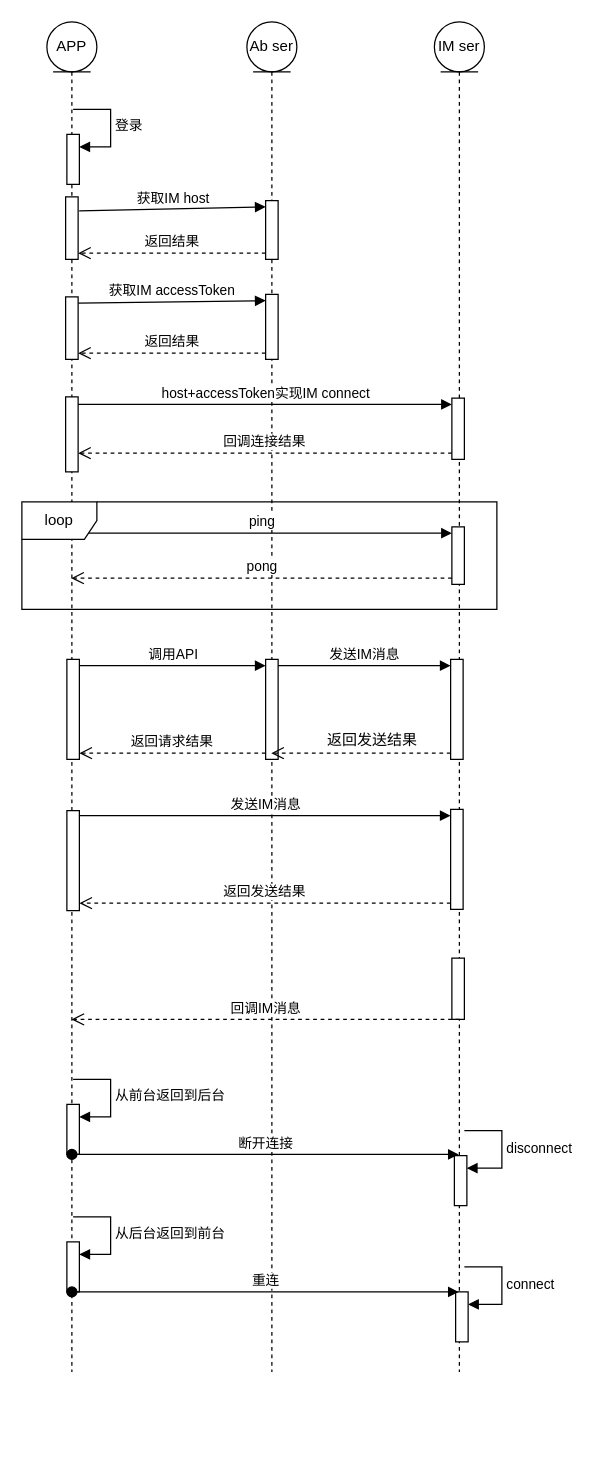
Above: 未命名绘图.drawio in liuqing520it/samples (draw.io), before the change. Source tidied: cells renumbered, new cells numbered last; positions are measured from the earlier drawing's top-left corner, leaving out a move shared by most shapes. Both pictures are drawn from the tidied source at 125%, with x=0, y=0 at pixel (21, 21).
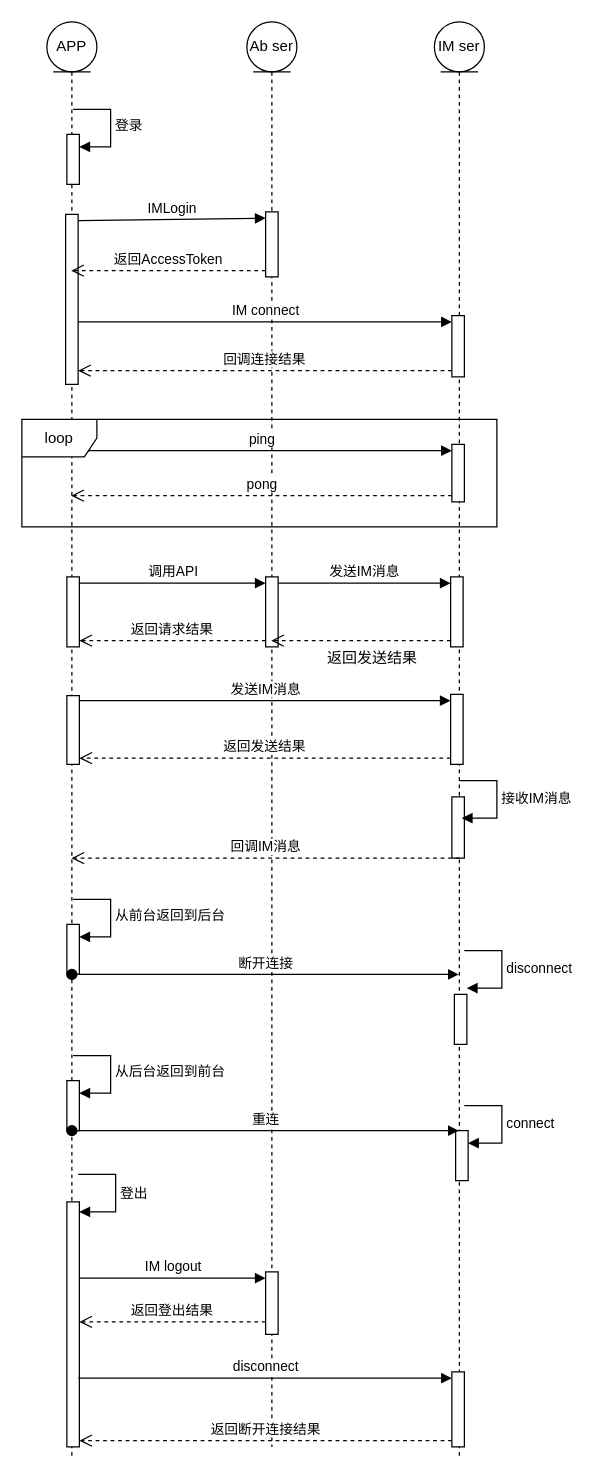
Above is the later version.

Commit message:
更新未命名绘图.drawio

The edit, as a diff of the source:
```diff
@@
     <mxCell id="2" value="APP" style="shape=umlLifeline;perimeter=lifelinePerimeter;whiteSpace=wrap;html=1;outlineConnect=0;portConstraint=eastwest;newEdgeStyle={&quot;curved&quot;:0,&quot;rounded&quot;:0};participant=umlEntity;" parent="1" vertex="1">
-      <mxGeometry x="20" width="40" height="1080" as="geometry" />
+      <mxGeometry x="20" width="40" height="1150" as="geometry" />
     </mxCell>
@@
     <mxCell id="5" style="html=1;points=[[0,0,0,0,5],[0,1,0,0,-5],[1,0,0,0,5],[1,1,0,0,-5]];perimeter=orthogonalPerimeter;outlineConnect=0;targetShapes=umlLifeline;portConstraint=eastwest;newEdgeStyle={&quot;curved&quot;:0,&quot;rounded&quot;:0};" parent="2" vertex="1">
-      <mxGeometry x="16" y="866" width="10" height="40" as="geometry" />
+      <mxGeometry x="16" y="722" width="10" height="40" as="geometry" />
     </mxCell>
     <mxCell id="6" value="从前台返回到后台" style="html=1;align=left;spacingLeft=2;endArrow=block;rounded=0;edgeStyle=orthogonalEdgeStyle;curved=0;rounded=0;" parent="2" edge="1" target="5">
       <mxGeometry relative="1" as="geometry">
-        <mxPoint x="21" y="846" as="sourcePoint" />
+        <mxPoint x="21" y="702" as="sourcePoint" />
         <Array as="points">
-          <mxPoint x="51" y="876" />
+          <mxPoint x="51" y="732" />
         </Array>
       </mxGeometry>
     </mxCell>
     <mxCell id="7" style="html=1;points=[[0,0,0,0,5],[0,1,0,0,-5],[1,0,0,0,5],[1,1,0,0,-5]];perimeter=orthogonalPerimeter;outlineConnect=0;targetShapes=umlLifeline;portConstraint=eastwest;newEdgeStyle={&quot;curved&quot;:0,&quot;rounded&quot;:0};" parent="2" vertex="1">
-      <mxGeometry x="16" y="976" width="10" height="40" as="geometry" />
+      <mxGeometry x="16" y="847" width="10" height="40" as="geometry" />
     </mxCell>
     <mxCell id="8" value="从后台返回到前台" style="html=1;align=left;spacingLeft=2;endArrow=block;rounded=0;edgeStyle=orthogonalEdgeStyle;curved=0;rounded=0;" parent="2" edge="1" target="7">
       <mxGeometry relative="1" as="geometry">
-        <mxPoint x="21" y="956" as="sourcePoint" />
+        <mxPoint x="21" y="827" as="sourcePoint" />
         <Array as="points">
-          <mxPoint x="51" y="986" />
+          <mxPoint x="51" y="857" />
         </Array>
       </mxGeometry>
     </mxCell>
-    <mxCell id="9" style="html=1;points=[[0,0,0,0,5],[0,1,0,0,-5],[1,0,0,0,5],[1,1,0,0,-5]];perimeter=orthogonalPerimeter;outlineConnect=0;targetShapes=umlLifeline;portConstraint=eastwest;newEdgeStyle={&quot;curved&quot;:0,&quot;rounded&quot;:0};" parent="2" vertex="1">
-      <mxGeometry x="15" y="140" width="10" height="50" as="geometry" />
-    </mxCell>
     <mxCell id="10" style="html=1;points=[[0,0,0,0,5],[0,1,0,0,-5],[1,0,0,0,5],[1,1,0,0,-5]];perimeter=orthogonalPerimeter;outlineConnect=0;targetShapes=umlLifeline;portConstraint=eastwest;newEdgeStyle={&quot;curved&quot;:0,&quot;rounded&quot;:0};" parent="2" vertex="1">
-      <mxGeometry x="15" y="220" width="10" height="50" as="geometry" />
+      <mxGeometry x="15" y="154" width="10" height="136" as="geometry" />
     </mxCell>
-    <mxCell id="11" style="html=1;points=[[0,0,0,0,5],[0,1,0,0,-5],[1,0,0,0,5],[1,1,0,0,-5]];perimeter=orthogonalPerimeter;outlineConnect=0;targetShapes=umlLifeline;portConstraint=eastwest;newEdgeStyle={&quot;curved&quot;:0,&quot;rounded&quot;:0};" parent="2" vertex="1">
-      <mxGeometry x="15" y="300" width="10" height="60" as="geometry" />
-    </mxCell>
     <mxCell id="12" style="html=1;points=[[0,0,0,0,5],[0,1,0,0,-5],[1,0,0,0,5],[1,1,0,0,-5]];perimeter=orthogonalPerimeter;outlineConnect=0;targetShapes=umlLifeline;portConstraint=eastwest;newEdgeStyle={&quot;curved&quot;:0,&quot;rounded&quot;:0};" parent="2" vertex="1">
-      <mxGeometry x="16" y="510" width="10" height="80" as="geometry" />
+      <mxGeometry x="16" y="444" width="10" height="56" as="geometry" />
     </mxCell>
+    <mxCell id="47" style="html=1;points=[[0,0,0,0,5],[0,1,0,0,-5],[1,0,0,0,5],[1,1,0,0,-5]];perimeter=orthogonalPerimeter;outlineConnect=0;targetShapes=umlLifeline;portConstraint=eastwest;newEdgeStyle={&quot;curved&quot;:0,&quot;rounded&quot;:0};" parent="2" vertex="1">
+      <mxGeometry x="16" y="944" width="10" height="196" as="geometry" />
+    </mxCell>
+    <mxCell id="48" value="登出" style="html=1;align=left;spacingLeft=2;endArrow=block;rounded=0;edgeStyle=orthogonalEdgeStyle;curved=0;rounded=0;" parent="2" edge="1">
+      <mxGeometry relative="1" as="geometry">
+        <mxPoint x="25" y="922" as="sourcePoint" />
+        <mxPoint x="26" y="952" as="targetPoint" />
+        <Array as="points">
+          <mxPoint x="55" y="952" />
+        </Array>
+      </mxGeometry>
+    </mxCell>
     <mxCell id="13" value="Ab ser" style="shape=umlLifeline;perimeter=lifelinePerimeter;whiteSpace=wrap;html=1;outlineConnect=0;portConstraint=eastwest;newEdgeStyle={&quot;curved&quot;:0,&quot;rounded&quot;:0};participant=umlEntity;" parent="1" vertex="1">
-      <mxGeometry x="180" width="40" height="1080" as="geometry" />
+      <mxGeometry x="180" width="40" height="1140" as="geometry" />
     </mxCell>
     <mxCell id="14" style="html=1;points=[[0,0,0,0,5],[0,1,0,0,-5],[1,0,0,0,5],[1,1,0,0,-5]];perimeter=orthogonalPerimeter;outlineConnect=0;targetShapes=umlLifeline;portConstraint=eastwest;newEdgeStyle={&quot;curved&quot;:0,&quot;rounded&quot;:0};" parent="13" vertex="1">
-      <mxGeometry x="15" y="218" width="10" height="52" as="geometry" />
+      <mxGeometry x="15" y="152" width="10" height="52" as="geometry" />
     </mxCell>
-    <mxCell id="15" style="html=1;points=[[0,0,0,0,5],[0,1,0,0,-5],[1,0,0,0,5],[1,1,0,0,-5]];perimeter=orthogonalPerimeter;outlineConnect=0;targetShapes=umlLifeline;portConstraint=eastwest;newEdgeStyle={&quot;curved&quot;:0,&quot;rounded&quot;:0};" parent="13" vertex="1">
-      <mxGeometry x="15" y="143" width="10" height="47" as="geometry" />
-    </mxCell>
     <mxCell id="16" style="html=1;points=[[0,0,0,0,5],[0,1,0,0,-5],[1,0,0,0,5],[1,1,0,0,-5]];perimeter=orthogonalPerimeter;outlineConnect=0;targetShapes=umlLifeline;portConstraint=eastwest;newEdgeStyle={&quot;curved&quot;:0,&quot;rounded&quot;:0};" parent="13" vertex="1">
-      <mxGeometry x="15" y="510" width="10" height="80" as="geometry" />
+      <mxGeometry x="15" y="444" width="10" height="56" as="geometry" />
     </mxCell>
+    <mxCell id="49" style="html=1;points=[[0,0,0,0,5],[0,1,0,0,-5],[1,0,0,0,5],[1,1,0,0,-5]];perimeter=orthogonalPerimeter;outlineConnect=0;targetShapes=umlLifeline;portConstraint=eastwest;newEdgeStyle={&quot;curved&quot;:0,&quot;rounded&quot;:0};" parent="13" vertex="1">
+      <mxGeometry x="15" y="1000" width="10" height="50" as="geometry" />
+    </mxCell>
     <mxCell id="17" value="IM&amp;nbsp;&lt;span style=&quot;background-color: initial;&quot;&gt;ser&lt;/span&gt;" style="shape=umlLifeline;perimeter=lifelinePerimeter;whiteSpace=wrap;html=1;newEdgeStyle={&quot;curved&quot;:0,&quot;rounded&quot;:0};participant=umlEntity;" parent="1" vertex="1">
-      <mxGeometry x="330" width="40" height="1080" as="geometry" />
+      <mxGeometry x="330" width="40" height="1150" as="geometry" />
     </mxCell>
     <mxCell id="18" style="html=1;points=[[0,0,0,0,5],[0,1,0,0,-5],[1,0,0,0,5],[1,1,0,0,-5]];perimeter=orthogonalPerimeter;outlineConnect=0;targetShapes=umlLifeline;portConstraint=eastwest;newEdgeStyle={&quot;curved&quot;:0,&quot;rounded&quot;:0};" parent="17" vertex="1">
-      <mxGeometry x="14" y="301" width="10" height="49" as="geometry" />
+      <mxGeometry x="14" y="235" width="10" height="49" as="geometry" />
     </mxCell>
     <mxCell id="19" style="html=1;points=[[0,0,0,0,5],[0,1,0,0,-5],[1,0,0,0,5],[1,1,0,0,-5]];perimeter=orthogonalPerimeter;outlineConnect=0;targetShapes=umlLifeline;portConstraint=eastwest;newEdgeStyle={&quot;curved&quot;:0,&quot;rounded&quot;:0};" parent="17" vertex="1">
-      <mxGeometry x="14" y="404" width="10" height="46" as="geometry" />
+      <mxGeometry x="14" y="338" width="10" height="46" as="geometry" />
     </mxCell>
     <mxCell id="20" style="html=1;perimeter=orthogonalPerimeter;targetShapes=umlLifeline;newEdgeStyle={&quot;curved&quot;:0,&quot;rounded&quot;:0};" parent="17" vertex="1">
-      <mxGeometry x="14" y="749" width="10" height="49" as="geometry" />
+      <mxGeometry x="14" y="620" width="10" height="49" as="geometry" />
     </mxCell>
     <mxCell id="21" style="html=1;points=[[0,0,0,0,5],[0,1,0,0,-5],[1,0,0,0,5],[1,1,0,0,-5]];perimeter=orthogonalPerimeter;outlineConnect=0;targetShapes=umlLifeline;portConstraint=eastwest;newEdgeStyle={&quot;curved&quot;:0,&quot;rounded&quot;:0};" parent="17" vertex="1">
-      <mxGeometry x="16" y="907" width="10" height="40" as="geometry" />
+      <mxGeometry x="16" y="778" width="10" height="40" as="geometry" />
     </mxCell>
-    <mxCell id="22" value="disconnect" style="html=1;align=left;spacingLeft=2;endArrow=block;rounded=0;edgeStyle=orthogonalEdgeStyle;curved=0;rounded=0;" parent="17" edge="1" target="21">
+    <mxCell id="22" value="disconnect" style="html=1;align=left;spacingLeft=2;endArrow=block;rounded=0;edgeStyle=orthogonalEdgeStyle;curved=0;rounded=0;" parent="17" edge="1">
       <mxGeometry relative="1" as="geometry">
-        <mxPoint x="24" y="887" as="sourcePoint" />
+        <mxPoint x="24" y="743" as="sourcePoint" />
+        <mxPoint x="26" y="773" as="targetPoint" />
         <Array as="points">
-          <mxPoint x="54" y="917" />
+          <mxPoint x="54" y="773" />
         </Array>
       </mxGeometry>
     </mxCell>
     <mxCell id="23" style="html=1;points=[[0,0,0,0,5],[0,1,0,0,-5],[1,0,0,0,5],[1,1,0,0,-5]];perimeter=orthogonalPerimeter;outlineConnect=0;targetShapes=umlLifeline;portConstraint=eastwest;newEdgeStyle={&quot;curved&quot;:0,&quot;rounded&quot;:0};" parent="17" vertex="1">
-      <mxGeometry x="17" y="1016" width="10" height="40" as="geometry" />
+      <mxGeometry x="17" y="887" width="10" height="40" as="geometry" />
     </mxCell>
     <mxCell id="24" value="connect" style="html=1;align=left;spacingLeft=2;endArrow=block;rounded=0;edgeStyle=orthogonalEdgeStyle;curved=0;rounded=0;" parent="17" edge="1" target="23">
       <mxGeometry relative="1" as="geometry">
-        <mxPoint x="24" y="996" as="sourcePoint" />
+        <mxPoint x="24" y="867" as="sourcePoint" />
         <Array as="points">
-          <mxPoint x="54" y="1026" />
+          <mxPoint x="54" y="897" />
         </Array>
       </mxGeometry>
     </mxCell>
     <mxCell id="25" style="html=1;points=[[0,0,0,0,5],[0,1,0,0,-5],[1,0,0,0,5],[1,1,0,0,-5]];perimeter=orthogonalPerimeter;outlineConnect=0;targetShapes=umlLifeline;portConstraint=eastwest;newEdgeStyle={&quot;curved&quot;:0,&quot;rounded&quot;:0};" parent="17" vertex="1">
-      <mxGeometry x="13" y="510" width="10" height="80" as="geometry" />
+      <mxGeometry x="13" y="444" width="10" height="56" as="geometry" />
     </mxCell>
-    <mxCell id="26" value="获取IM host" style="html=1;verticalAlign=bottom;endArrow=block;curved=0;rounded=0;entryX=0;entryY=0;entryDx=0;entryDy=5;exitX=1.083;exitY=0.223;exitDx=0;exitDy=0;exitPerimeter=0;" parent="1" edge="1" source="9" target="15">
-      <mxGeometry relative="1" as="geometry" />
-    </mxCell>
-    <mxCell id="27" value="返回结果" style="html=1;verticalAlign=bottom;endArrow=open;dashed=1;endSize=8;curved=0;rounded=0;exitX=0;exitY=1;exitDx=0;exitDy=-5;entryX=1;entryY=1;entryDx=0;entryDy=-5;entryPerimeter=0;" parent="1" edge="1" source="15" target="9">
-      <mxGeometry relative="1" as="geometry" />
-    </mxCell>
+    <mxCell id="50" style="html=1;points=[[0,0,0,0,5],[0,1,0,0,-5],[1,0,0,0,5],[1,1,0,0,-5]];perimeter=orthogonalPerimeter;outlineConnect=0;targetShapes=umlLifeline;portConstraint=eastwest;newEdgeStyle={&quot;curved&quot;:0,&quot;rounded&quot;:0};" parent="17" vertex="1">
+      <mxGeometry x="14" y="1080" width="10" height="60" as="geometry" />
+    </mxCell>
-    <mxCell id="28" value="获取IM accessToken" style="html=1;verticalAlign=bottom;endArrow=block;curved=0;rounded=0;entryX=0;entryY=0;entryDx=0;entryDy=5;exitX=1;exitY=0;exitDx=0;exitDy=5;exitPerimeter=0;" parent="1" edge="1" source="10" target="14">
+    <mxCell id="28" value="IMLogin" style="html=1;verticalAlign=bottom;endArrow=block;curved=0;rounded=0;entryX=0;entryY=0;entryDx=0;entryDy=5;exitX=1;exitY=0;exitDx=0;exitDy=5;exitPerimeter=0;" parent="1" edge="1" source="10" target="14">
       <mxGeometry relative="1" as="geometry" />
     </mxCell>
-    <mxCell id="29" value="返回结果" style="html=1;verticalAlign=bottom;endArrow=open;dashed=1;endSize=8;curved=0;rounded=0;exitX=0;exitY=1;exitDx=0;exitDy=-5;entryX=1;entryY=1;entryDx=0;entryDy=-5;entryPerimeter=0;" parent="1" edge="1" source="14" target="10">
+    <mxCell id="29" value="返回AccessToken" style="html=1;verticalAlign=bottom;endArrow=open;dashed=1;endSize=8;curved=0;rounded=0;exitX=0;exitY=1;exitDx=0;exitDy=-5;" parent="1" edge="1" source="14" target="2">
       <mxGeometry relative="1" as="geometry" />
     </mxCell>
-    <mxCell id="30" value="host+accessToken实现IM connect" style="html=1;verticalAlign=bottom;endArrow=block;curved=0;rounded=0;entryX=0;entryY=0;entryDx=0;entryDy=5;" parent="1" edge="1" source="11" target="18">
-      <mxGeometry relative="1" as="geometry" />
+    <mxCell id="30" value="IM connect" style="html=1;verticalAlign=bottom;endArrow=block;curved=0;rounded=0;entryX=0;entryY=0;entryDx=0;entryDy=5;" parent="1" edge="1" target="18">
+      <mxGeometry relative="1" as="geometry">
+        <mxPoint x="45" y="240" as="sourcePoint" />
+      </mxGeometry>
     </mxCell>
-    <mxCell id="31" value="回调连接结果" style="html=1;verticalAlign=bottom;endArrow=open;dashed=1;endSize=8;curved=0;rounded=0;exitX=0;exitY=1;exitDx=0;exitDy=-5;" parent="1" edge="1" source="18" target="11">
-      <mxGeometry relative="1" as="geometry" />
+    <mxCell id="31" value="回调连接结果" style="html=1;verticalAlign=bottom;endArrow=open;dashed=1;endSize=8;curved=0;rounded=0;exitX=0;exitY=1;exitDx=0;exitDy=-5;" parent="1" edge="1" source="18">
+      <mxGeometry relative="1" as="geometry">
+        <mxPoint x="45" y="279" as="targetPoint" />
+      </mxGeometry>
     </mxCell>
     <mxCell id="32" value="ping" style="html=1;verticalAlign=bottom;endArrow=block;curved=0;rounded=0;entryX=0;entryY=0;entryDx=0;entryDy=5;" parent="1" edge="1" target="19">
       <mxGeometry relative="1" as="geometry">
-        <mxPoint x="39.7" y="409" as="sourcePoint" />
+        <mxPoint x="39.7" y="343" as="sourcePoint" />
       </mxGeometry>
     </mxCell>
-    <mxCell id="33" value="pong" style="html=1;verticalAlign=bottom;endArrow=open;dashed=1;endSize=8;curved=0;rounded=0;exitX=0;exitY=1;exitDx=0;exitDy=-5;" parent="1" edge="1" source="19" target="2">
-      <mxGeometry relative="1" as="geometry" />
+    <mxCell id="33" value="pong" style="html=1;verticalAlign=bottom;endArrow=open;dashed=1;endSize=8;curved=0;rounded=0;exitX=0;exitY=1;exitDx=0;exitDy=-5;" parent="1" edge="1" source="19">
+      <mxGeometry relative="1" as="geometry">
+        <mxPoint x="39.5" y="379" as="targetPoint" />
+      </mxGeometry>
     </mxCell>
     <mxCell id="34" value="loop" style="shape=umlFrame;whiteSpace=wrap;html=1;" parent="1" vertex="1">
-      <mxGeometry y="384" width="380" height="86" as="geometry" />
+      <mxGeometry y="318" width="380" height="86" as="geometry" />
     </mxCell>
     <mxCell id="35" value="回调IM消息" style="html=1;verticalAlign=bottom;endArrow=open;dashed=1;endSize=8;curved=0;rounded=0;" parent="1" edge="1">
       <mxGeometry relative="1" as="geometry">
-        <mxPoint x="350" y="798" as="sourcePoint" />
-        <mxPoint x="39.7" y="798" as="targetPoint" />
+        <mxPoint x="350" y="669" as="sourcePoint" />
+        <mxPoint x="39.7" y="669" as="targetPoint" />
       </mxGeometry>
     </mxCell>
     <mxCell id="36" value="断开连接" style="html=1;verticalAlign=bottom;startArrow=oval;startFill=1;endArrow=block;startSize=8;curved=0;rounded=0;" parent="1" edge="1">
       <mxGeometry relative="1" as="geometry">
-        <mxPoint x="40" y="906" as="sourcePoint" />
-        <mxPoint x="349.5" y="906" as="targetPoint" />
+        <mxPoint x="40" y="762" as="sourcePoint" />
+        <mxPoint x="349.5" y="762" as="targetPoint" />
       </mxGeometry>
     </mxCell>
     <mxCell id="37" value="重连" style="html=1;verticalAlign=bottom;startArrow=oval;startFill=1;endArrow=block;startSize=8;curved=0;rounded=0;" parent="1" edge="1">
       <mxGeometry relative="1" as="geometry">
-        <mxPoint x="40" y="1016" as="sourcePoint" />
-        <mxPoint x="349.5" y="1016" as="targetPoint" />
+        <mxPoint x="40" y="887" as="sourcePoint" />
+        <mxPoint x="349.5" y="887" as="targetPoint" />
       </mxGeometry>
     </mxCell>
@@
     <mxCell id="42" value="返回发送结果" style="text;html=1;align=center;verticalAlign=middle;strokeColor=none;fillColor=none;" parent="1" vertex="1">
-      <mxGeometry x="230" y="560" width="100" height="30" as="geometry" />
+      <mxGeometry x="230" y="494" width="100" height="30" as="geometry" />
     </mxCell>
     <mxCell id="43" style="html=1;points=[[0,0,0,0,5],[0,1,0,0,-5],[1,0,0,0,5],[1,1,0,0,-5]];perimeter=orthogonalPerimeter;outlineConnect=0;targetShapes=umlLifeline;portConstraint=eastwest;newEdgeStyle={&quot;curved&quot;:0,&quot;rounded&quot;:0};" parent="1" vertex="1">
-      <mxGeometry x="36" y="631" width="10" height="80" as="geometry" />
+      <mxGeometry x="36" y="539" width="10" height="55" as="geometry" />
     </mxCell>
     <mxCell id="44" style="html=1;points=[[0,0,0,0,5],[0,1,0,0,-5],[1,0,0,0,5],[1,1,0,0,-5]];perimeter=orthogonalPerimeter;outlineConnect=0;targetShapes=umlLifeline;portConstraint=eastwest;newEdgeStyle={&quot;curved&quot;:0,&quot;rounded&quot;:0};" parent="1" vertex="1">
-      <mxGeometry x="343" y="630" width="10" height="80" as="geometry" />
+      <mxGeometry x="343" y="538" width="10" height="56" as="geometry" />
     </mxCell>
@@
+    <mxCell id="51" value="接收IM消息" style="html=1;align=left;spacingLeft=2;endArrow=block;rounded=0;edgeStyle=orthogonalEdgeStyle;curved=0;rounded=0;" parent="1" edge="1">
+      <mxGeometry relative="1" as="geometry">
+        <mxPoint x="350" y="607" as="sourcePoint" />
+        <mxPoint x="352" y="637" as="targetPoint" />
+        <Array as="points">
+          <mxPoint x="380" y="637" />
+        </Array>
+      </mxGeometry>
+    </mxCell>
+    <mxCell id="52" value="IM logout" style="html=1;verticalAlign=bottom;endArrow=block;curved=0;rounded=0;entryX=0;entryY=0;entryDx=0;entryDy=5;" parent="1" edge="1" target="49">
+      <mxGeometry relative="1" as="geometry">
+        <mxPoint x="46" y="1005" as="sourcePoint" />
+      </mxGeometry>
+    </mxCell>
+    <mxCell id="53" value="返回登出结果" style="html=1;verticalAlign=bottom;endArrow=open;dashed=1;endSize=8;curved=0;rounded=0;" parent="1" edge="1">
+      <mxGeometry relative="1" as="geometry">
+        <mxPoint x="195" y="1040" as="sourcePoint" />
+        <mxPoint x="46" y="1040" as="targetPoint" />
+      </mxGeometry>
+    </mxCell>
+    <mxCell id="54" value="disconnect" style="html=1;verticalAlign=bottom;endArrow=block;curved=0;rounded=0;entryX=0;entryY=0;entryDx=0;entryDy=5;exitX=1;exitY=0;exitDx=0;exitDy=5;exitPerimeter=0;" parent="1" edge="1" target="50">
+      <mxGeometry relative="1" as="geometry">
+        <mxPoint x="45" y="1085" as="sourcePoint" />
+      </mxGeometry>
+    </mxCell>
+    <mxCell id="55" value="返回断开连接结果" style="html=1;verticalAlign=bottom;endArrow=open;dashed=1;endSize=8;curved=0;rounded=0;exitX=0;exitY=1;exitDx=0;exitDy=-5;entryX=1;entryY=1;entryDx=0;entryDy=-5;entryPerimeter=0;" parent="1" edge="1" source="50" target="47">
+      <mxGeometry relative="1" as="geometry" />
+    </mxCell>
```
